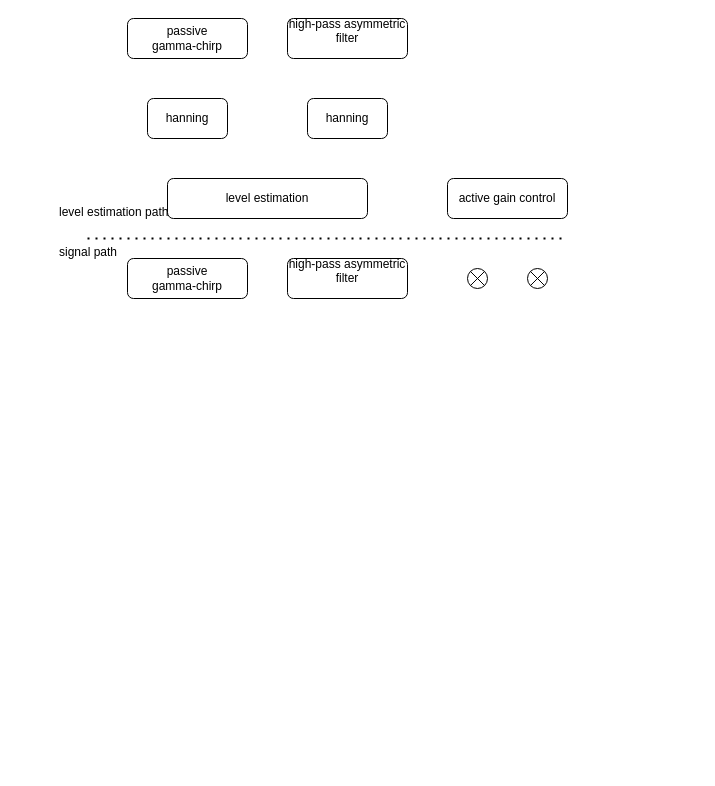
Before: WHIS-Blockdiagramm.drawio in dirkbr/draw.io, a draw.io diagram. Source tidied: cells renumbered, new cells numbered last; positions are measured from the earlier drawing's top-left corner, leaving out a move shared by most shapes. Both pictures are drawn from the tidied source at 100%, with x=0, y=0 at pixel (57, 18).
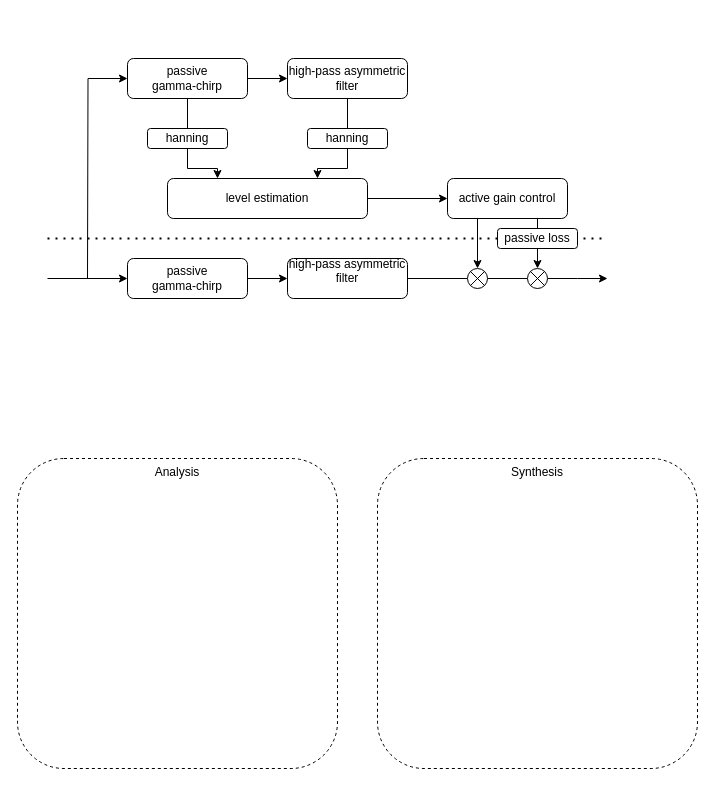
After the change.

The change refers to these unchanged cells:
```xml
<mxCell id="6" value="level estimation" style="rounded=1;whiteSpace=wrap;html=1;" parent="1" vertex="1">
  <mxGeometry x="110" y="160" width="200" height="40" as="geometry" />
</mxCell>
<mxCell id="7" value="active gain control" style="rounded=1;whiteSpace=wrap;html=1;" parent="1" vertex="1">
  <mxGeometry x="390" y="160" width="120" height="40" as="geometry" />
</mxCell>
<mxCell id="8" value="&lt;div&gt;passive&lt;/div&gt;&lt;div&gt;gamma-chirp&lt;br&gt;&lt;/div&gt;" style="rounded=1;whiteSpace=wrap;html=1;" parent="1" vertex="1">
  <mxGeometry x="70" y="240" width="120" height="40" as="geometry" />
</mxCell>
<mxCell id="9" value="&lt;span class=&quot;fontstyle0&quot;&gt;high-pass asymmetric filter&lt;/span&gt; &lt;div&gt;&lt;br/&gt;&lt;/div&gt;" style="rounded=1;whiteSpace=wrap;html=1;" parent="1" vertex="1">
  <mxGeometry x="230" y="240" width="120" height="40" as="geometry" />
</mxCell>
<mxCell id="10" style="ellipse;whiteSpace=wrap;html=1;" parent="1" vertex="1">
  <mxGeometry x="410" y="250" width="20" height="20" as="geometry" />
</mxCell>
<mxCell id="13" style="ellipse;whiteSpace=wrap;html=1;" parent="1" vertex="1">
  <mxGeometry x="470" y="250" width="20" height="20" as="geometry" />
</mxCell>
```

The edit, as a diff of the source:
```diff
@@
+    <mxCell id="19" style="edgeStyle=orthogonalEdgeStyle;rounded=0;jettySize=auto;html=1;exitX=0.5;exitY=1;exitDx=0;exitDy=0;entryX=0.5;entryY=0;entryDx=0;entryDy=0;endArrow=none;endFill=0;" parent="1" edge="1" source="2" target="4">
+      <mxGeometry relative="1" as="geometry" />
+    </mxCell>
+    <mxCell id="20" style="edgeStyle=orthogonalEdgeStyle;rounded=0;jettySize=auto;html=1;exitX=1;exitY=0.5;exitDx=0;exitDy=0;entryX=0;entryY=0.5;entryDx=0;entryDy=0;" parent="1" edge="1" source="2" target="3">
+      <mxGeometry relative="1" as="geometry" />
+    </mxCell>
+    <mxCell id="21" style="edgeStyle=orthogonalEdgeStyle;rounded=0;jettySize=auto;html=1;exitX=0;exitY=0.5;exitDx=0;exitDy=0;startArrow=classic;startFill=1;endArrow=none;endFill=0;" parent="1" edge="1" source="2">
+      <mxGeometry relative="1" as="geometry">
+        <mxPoint x="30" y="260" as="targetPoint" />
+      </mxGeometry>
+    </mxCell>
     <mxCell id="2" value="&lt;div&gt;passive&lt;/div&gt;&lt;div&gt;gamma-chirp&lt;br&gt;&lt;/div&gt;" style="rounded=1;whiteSpace=wrap;html=1;" parent="1" vertex="1">
-      <mxGeometry x="70" width="120" height="40" as="geometry" />
+      <mxGeometry x="70" y="40" width="120" height="40" as="geometry" />
     </mxCell>
+    <mxCell id="22" style="edgeStyle=orthogonalEdgeStyle;rounded=0;jettySize=auto;html=1;exitX=0.5;exitY=1;exitDx=0;exitDy=0;entryX=0.5;entryY=0;entryDx=0;entryDy=0;endArrow=none;endFill=0;" parent="1" edge="1" source="3" target="5">
+      <mxGeometry relative="1" as="geometry" />
+    </mxCell>
-    <mxCell id="3" value="&lt;span class=&quot;fontstyle0&quot;&gt;high-pass asymmetric filter&lt;/span&gt; &lt;div&gt;&lt;br/&gt;&lt;/div&gt;" style="rounded=1;whiteSpace=wrap;html=1;" parent="1" vertex="1">
-      <mxGeometry x="230" width="120" height="40" as="geometry" />
+    <mxCell id="3" value="&lt;span class=&quot;fontstyle0&quot;&gt;high-pass asymmetric filter&lt;/span&gt;" style="rounded=1;whiteSpace=wrap;html=1;" parent="1" vertex="1">
+      <mxGeometry x="230" y="40" width="120" height="40" as="geometry" />
     </mxCell>
+    <mxCell id="23" style="edgeStyle=orthogonalEdgeStyle;rounded=0;jettySize=auto;html=1;exitX=0.5;exitY=1;exitDx=0;exitDy=0;entryX=0.25;entryY=0;entryDx=0;entryDy=0;" parent="1" edge="1" source="4" target="6">
+      <mxGeometry relative="1" as="geometry" />
+    </mxCell>
     <mxCell id="4" value="hanning" style="rounded=1;whiteSpace=wrap;html=1;" parent="1" vertex="1">
-      <mxGeometry x="90" y="80" width="80" height="40" as="geometry" />
+      <mxGeometry x="90" y="110" width="80" height="20" as="geometry" />
     </mxCell>
+    <mxCell id="24" style="edgeStyle=orthogonalEdgeStyle;rounded=0;jettySize=auto;html=1;exitX=0.5;exitY=1;exitDx=0;exitDy=0;entryX=0.75;entryY=0;entryDx=0;entryDy=0;" parent="1" edge="1" source="5" target="6">
+      <mxGeometry relative="1" as="geometry" />
+    </mxCell>
     <mxCell id="5" value="hanning" style="rounded=1;whiteSpace=wrap;html=1;" parent="1" vertex="1">
-      <mxGeometry x="250" y="80" width="80" height="40" as="geometry" />
+      <mxGeometry x="250" y="110" width="80" height="20" as="geometry" />
     </mxCell>
+    <mxCell id="25" style="edgeStyle=orthogonalEdgeStyle;rounded=0;jettySize=auto;html=1;exitX=1;exitY=0.5;exitDx=0;exitDy=0;" parent="1" edge="1" source="6" target="7">
+      <mxGeometry relative="1" as="geometry" />
+    </mxCell>
@@
+    <mxCell id="26" style="edgeStyle=orthogonalEdgeStyle;rounded=0;jettySize=auto;html=1;exitX=0.75;exitY=1;exitDx=0;exitDy=0;entryX=0.5;entryY=0;entryDx=0;entryDy=0;" parent="1" edge="1" source="7" target="13">
+      <mxGeometry relative="1" as="geometry" />
+    </mxCell>
+    <mxCell id="27" style="edgeStyle=orthogonalEdgeStyle;rounded=0;jettySize=auto;html=1;exitX=0.25;exitY=1;exitDx=0;exitDy=0;entryX=0.5;entryY=0;entryDx=0;entryDy=0;" parent="1" edge="1" source="7" target="10">
+      <mxGeometry relative="1" as="geometry" />
+    </mxCell>
@@
+    <mxCell id="28" style="edgeStyle=orthogonalEdgeStyle;rounded=0;jettySize=auto;html=1;exitX=1;exitY=0.5;exitDx=0;exitDy=0;entryX=0;entryY=0.5;entryDx=0;entryDy=0;" parent="1" edge="1" source="8" target="9">
+      <mxGeometry relative="1" as="geometry" />
+    </mxCell>
+    <mxCell id="29" style="edgeStyle=orthogonalEdgeStyle;rounded=0;jettySize=auto;html=1;exitX=0;exitY=0.5;exitDx=0;exitDy=0;endArrow=none;endFill=0;startArrow=classic;startFill=1;" parent="1" edge="1" source="8">
+      <mxGeometry relative="1" as="geometry">
+        <mxPoint x="-10" y="260" as="targetPoint" />
+      </mxGeometry>
+    </mxCell>
@@
+    <mxCell id="30" style="edgeStyle=orthogonalEdgeStyle;rounded=0;jettySize=auto;html=1;exitX=1;exitY=0.5;exitDx=0;exitDy=0;entryX=0;entryY=0.5;entryDx=0;entryDy=0;endArrow=none;endFill=0;" parent="1" edge="1" source="9" target="10">
+      <mxGeometry relative="1" as="geometry" />
+    </mxCell>
@@
+    <mxCell id="31" style="edgeStyle=orthogonalEdgeStyle;rounded=0;jettySize=auto;html=1;exitX=1;exitY=0.5;exitDx=0;exitDy=0;entryX=0;entryY=0.5;entryDx=0;entryDy=0;endArrow=none;endFill=0;" parent="1" edge="1" source="10" target="13">
+      <mxGeometry relative="1" as="geometry" />
+    </mxCell>
@@
+    <mxCell id="32" style="edgeStyle=orthogonalEdgeStyle;rounded=0;jettySize=auto;html=1;exitX=1;exitY=0.5;exitDx=0;exitDy=0;" parent="1" edge="1" source="13">
+      <mxGeometry relative="1" as="geometry">
+        <mxPoint x="550" y="260" as="targetPoint" />
+      </mxGeometry>
+    </mxCell>
@@
     <mxCell id="16" style="endArrow=none;dashed=1;html=1;dashPattern=1 3;strokeWidth=2;rounded=0;" parent="1" edge="1">
       <mxGeometry relative="1" as="geometry">
-        <mxPoint x="30" y="220" as="sourcePoint" />
-        <mxPoint x="510" y="220" as="targetPoint" />
+        <mxPoint x="-10" y="220" as="sourcePoint" />
+        <mxPoint x="550" y="220" as="targetPoint" />
       </mxGeometry>
     </mxCell>
-    <mxCell id="17" value="signal path" style="text;html=1;whiteSpace=wrap;overflow=hidden;rounded=0;" parent="1" vertex="1">
-      <mxGeometry y="220" width="70" height="30" as="geometry" />
-    </mxCell>
-    <mxCell id="18" value="level estimation path" style="text;html=1;whiteSpace=wrap;overflow=hidden;rounded=0;" parent="1" vertex="1">
-      <mxGeometry y="180" width="120" height="30" as="geometry" />
-    </mxCell>
+    <mxCell id="33" value="&lt;div&gt;passive loss&lt;/div&gt;" style="rounded=1;whiteSpace=wrap;html=1;" parent="1" vertex="1">
+      <mxGeometry x="440" y="210" width="80" height="20" as="geometry" />
+    </mxCell>
+    <mxCell id="34" value="Analysis" style="rounded=1;whiteSpace=wrap;html=1;align=center;verticalAlign=top;dashed=1;" parent="1" vertex="1">
+      <mxGeometry x="-40" y="440" width="320" height="310" as="geometry" />
+    </mxCell>
+    <mxCell id="35" value="Synthesis" style="rounded=1;whiteSpace=wrap;html=1;align=center;verticalAlign=top;dashed=1;" parent="1" vertex="1">
+      <mxGeometry x="320" y="440" width="320" height="310" as="geometry" />
+    </mxCell>
```
